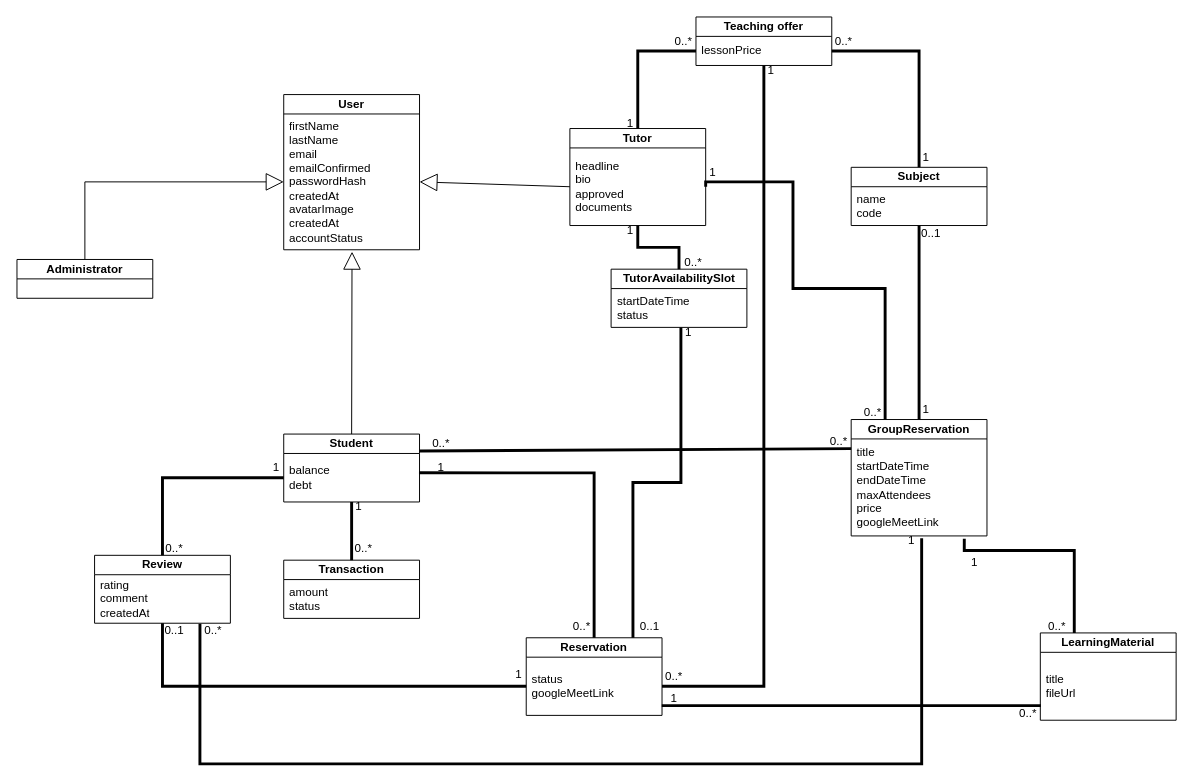
Before: Class diagram.drawio in AlexShukel/PSI2025, a draw.io diagram. Source tidied: cells renumbered, new cells numbered last; positions are measured from the earlier drawing's top-left corner, leaving out a move shared by most shapes. Both pictures are drawn from the tidied source at 97%, with x=0, y=0 at pixel (16, 16).
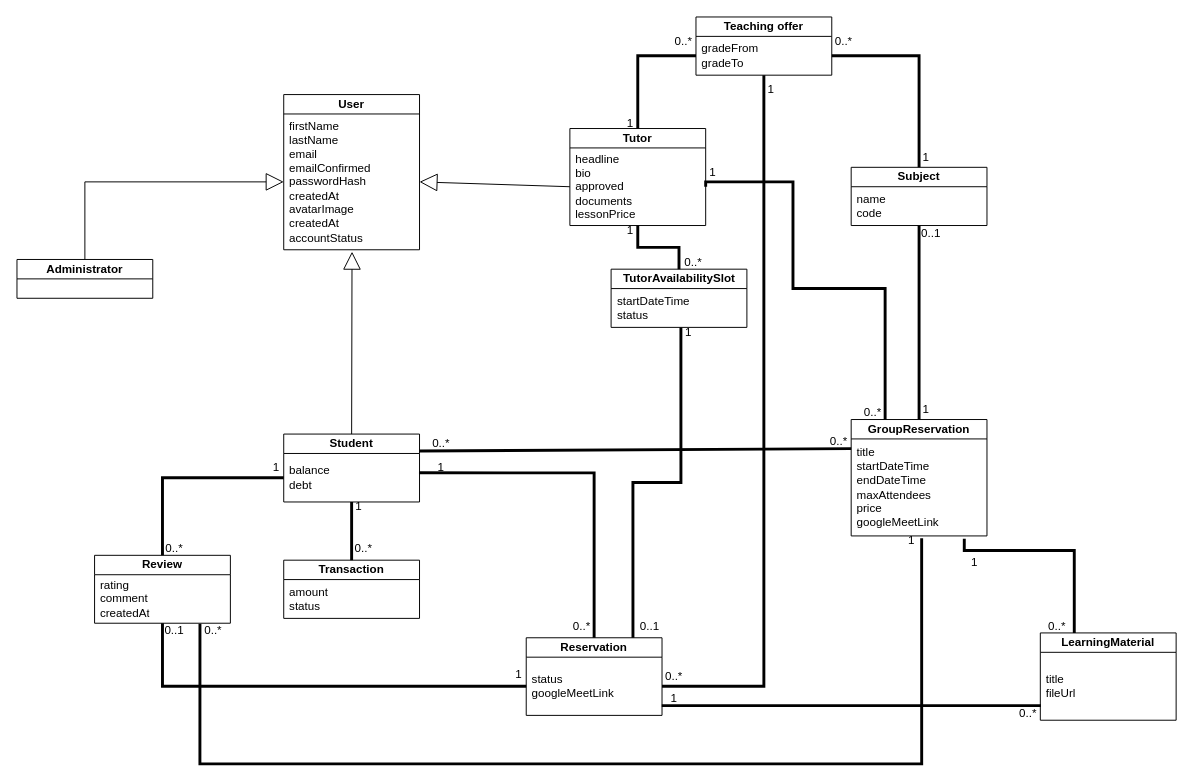
After the change.

Commit message (it also covers changes not shown here):
Updated Class diagram png

The change refers to these unchanged cells:
```xml
<mxCell id="7" value="Tutor" style="swimlane;fontStyle=1;align=center;verticalAlign=middle;horizontal=1;startSize=20;html=1;whiteSpace=wrap;" parent="1" vertex="1">
  <mxGeometry x="570" y="115" width="140" height="100" as="geometry" />
</mxCell>
```

Diff of the diagram source:
```diff
@@
-    <mxCell id="8" value="headline&lt;div&gt;bio&lt;/div&gt;&lt;div&gt;approved&lt;/div&gt;&lt;div&gt;documents&lt;/div&gt;" style="text;html=1;strokeColor=none;fillColor=none;align=left;verticalAlign=middle;spacingLeft=4;spacingRight=4;overflow=hidden;points=[[0,0.5],[1,0.5]];portConstraint=eastwest;whiteSpace=wrap;" parent="7" vertex="1">
+    <mxCell id="8" value="headline&lt;div&gt;bio&lt;/div&gt;&lt;div&gt;approved&lt;/div&gt;&lt;div&gt;documents&lt;/div&gt;&lt;div&gt;lessonPrice&lt;/div&gt;" style="text;html=1;strokeColor=none;fillColor=none;align=left;verticalAlign=middle;spacingLeft=4;spacingRight=4;overflow=hidden;points=[[0,0.5],[1,0.5]];portConstraint=eastwest;whiteSpace=wrap;" parent="7" vertex="1">
       <mxGeometry y="20" width="140" height="80" as="geometry" />
     </mxCell>
@@
     <mxCell id="29" value="Teaching offer" style="swimlane;fontStyle=1;align=center;verticalAlign=middle;horizontal=1;startSize=20;html=1;whiteSpace=wrap;" parent="1" vertex="1">
-      <mxGeometry x="700" width="140" height="50" as="geometry" />
+      <mxGeometry x="700" width="140" height="60" as="geometry" />
     </mxCell>
-    <mxCell id="30" value="lessonPrice" style="text;html=1;strokeColor=none;fillColor=none;align=left;verticalAlign=middle;spacingLeft=4;spacingRight=4;overflow=hidden;points=[[0,0.5],[1,0.5]];portConstraint=eastwest;whiteSpace=wrap;" parent="29" vertex="1">
-      <mxGeometry y="20" width="140" height="30" as="geometry" />
+    <mxCell id="30" value="gradeFrom&lt;div&gt;gradeTo&lt;/div&gt;" style="text;html=1;strokeColor=none;fillColor=none;align=left;verticalAlign=middle;spacingLeft=4;spacingRight=4;overflow=hidden;points=[[0,0.5],[1,0.5]];portConstraint=eastwest;whiteSpace=wrap;" parent="29" vertex="1">
+      <mxGeometry y="20" width="140" height="40" as="geometry" />
     </mxCell>
@@
     <mxCell id="38" value="1" style="text;html=1;whiteSpace=wrap;strokeColor=none;fillColor=none;align=center;verticalAlign=middle;rounded=0;fontSize=12;" parent="1" vertex="1">
-      <mxGeometry x="770" y="50" width="15" height="10" as="geometry" />
+      <mxGeometry x="770" y="70" width="15" height="10" as="geometry" />
     </mxCell>
```
